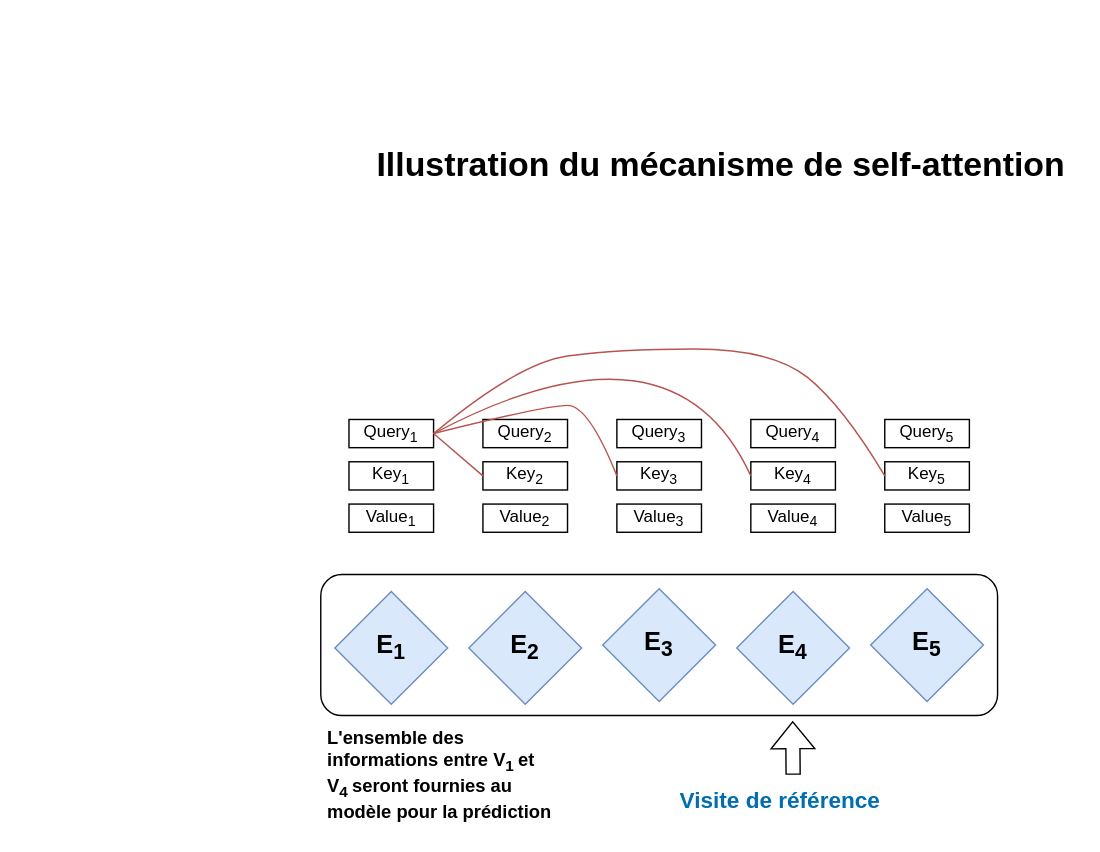
Before: Attention_mechanism.drawio in Basso42/BEHRT, a draw.io diagram. Source tidied: cells renumbered, new cells numbered last; positions are measured from the earlier drawing's top-left corner, leaving out a move shared by most shapes. Both pictures are drawn from the tidied source at 141%, with x=0, y=0 at pixel (320, 137).
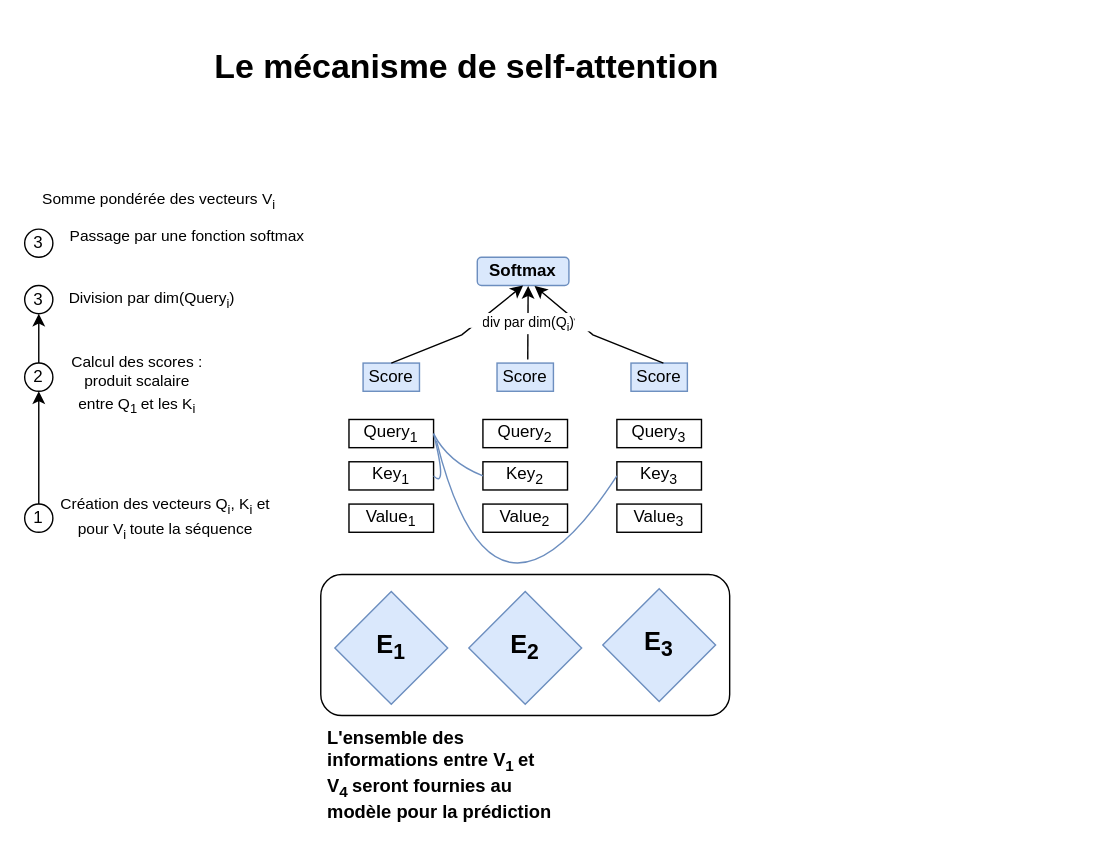
The same page after the edit.

Commit message:
Mettre à jour Attention_mechanism.drawio

Unchanged cells that the change refers to:
```xml
<mxCell id="13" value="Query&lt;sub&gt;1&lt;/sub&gt;" style="rounded=0;whiteSpace=wrap;html=1;" parent="1" vertex="1">
  <mxGeometry x="20" y="200" width="60" height="20" as="geometry" />
</mxCell>
<mxCell id="14" value="Key&lt;sub&gt;1&lt;/sub&gt;" style="rounded=0;whiteSpace=wrap;html=1;" parent="1" vertex="1">
  <mxGeometry x="20" y="230" width="60" height="20" as="geometry" />
</mxCell>
<mxCell id="23" value="Key&lt;sub&gt;3&lt;/sub&gt;" style="rounded=0;whiteSpace=wrap;html=1;" parent="1" vertex="1">
  <mxGeometry x="210" y="230" width="60" height="20" as="geometry" />
</mxCell>
<mxCell id="26" value="Key&lt;sub&gt;2&lt;/sub&gt;" style="rounded=0;whiteSpace=wrap;html=1;" parent="1" vertex="1">
  <mxGeometry x="115" y="230" width="60" height="20" as="geometry" />
</mxCell>
```

What changed in the source:
```diff
@@
     <mxCell id="2" style="rounded=1;whiteSpace=wrap;html=1;fillColor=none;strokeWidth=1;" parent="1" vertex="1">
-      <mxGeometry y="310" width="480" height="100" as="geometry" />
+      <mxGeometry y="310" width="290" height="100" as="geometry" />
     </mxCell>
-    <mxCell id="3" value="&lt;b&gt;&lt;font style=&quot;font-size: 18px;&quot;&gt;E&lt;sub&gt;5&lt;/sub&gt;&lt;/font&gt;&lt;/b&gt;" style="rhombus;whiteSpace=wrap;html=1;flipH=1;flipV=0;fillColor=#dae8fc;strokeColor=#6c8ebf;" parent="1" vertex="1">
-      <mxGeometry x="390" y="320" width="80" height="80" as="geometry" />
-    </mxCell>
@@
-    <mxCell id="7" value="&lt;b&gt;&lt;font style=&quot;font-size: 18px;&quot;&gt;E&lt;sub&gt;4&lt;/sub&gt;&lt;/font&gt;&lt;/b&gt;" style="rhombus;whiteSpace=wrap;html=1;flipH=1;flipV=0;fillColor=#dae8fc;strokeColor=#6c8ebf;" parent="1" vertex="1">
-      <mxGeometry x="295" y="322" width="80" height="80" as="geometry" />
-    </mxCell>
-    <mxCell id="8" value="&lt;h1&gt;Illustration du mécanisme de self-attention&lt;br&gt;&lt;/h1&gt;&lt;p&gt;&lt;br&gt;&lt;/p&gt;" style="text;html=1;strokeColor=none;fillColor=none;spacing=5;spacingTop=-20;whiteSpace=wrap;overflow=hidden;rounded=0;" parent="1" vertex="1">
-      <mxGeometry x="35" width="500" height="40" as="geometry" />
+    <mxCell id="8" value="&lt;h1&gt;Le mécanisme de self-attention&lt;br&gt;&lt;/h1&gt;&lt;p&gt;&lt;br&gt;&lt;/p&gt;" style="text;html=1;strokeColor=none;fillColor=none;spacing=5;spacingTop=-20;whiteSpace=wrap;overflow=hidden;rounded=0;" parent="1" vertex="1">
+      <mxGeometry x="-80" y="-70" width="500" height="40" as="geometry" />
     </mxCell>
-    <mxCell id="9" value="&lt;h1 style=&quot;font-size: 16px;&quot;&gt;&lt;font style=&quot;font-size: 16px;&quot; color=&quot;#006eaf&quot;&gt;Visite de référence&lt;/font&gt;&lt;br&gt;&lt;/h1&gt;&lt;p&gt;&lt;br&gt;&lt;/p&gt;" style="text;html=1;strokeColor=none;fillColor=none;spacing=5;spacingTop=-20;whiteSpace=wrap;overflow=hidden;rounded=0;" parent="1" vertex="1">
-      <mxGeometry x="250" y="460" width="170" height="30" as="geometry" />
-    </mxCell>
-    <mxCell id="10" style="shape=flexArrow;endArrow=classic;html=1;rounded=0;" parent="1" edge="1">
-      <mxGeometry relative="1" as="geometry">
-        <mxPoint x="335" y="452" as="sourcePoint" />
-        <mxPoint x="334.7" y="414" as="targetPoint" />
-      </mxGeometry>
-    </mxCell>
@@
-    <mxCell id="15" value="Value&lt;sub&gt;5&lt;/sub&gt;" style="rounded=0;whiteSpace=wrap;html=1;" parent="1" vertex="1">
-      <mxGeometry x="400" y="260" width="60" height="20" as="geometry" />
-    </mxCell>
-    <mxCell id="16" value="Query&lt;sub&gt;5&lt;/sub&gt;" style="rounded=0;whiteSpace=wrap;html=1;" parent="1" vertex="1">
-      <mxGeometry x="400" y="200" width="60" height="20" as="geometry" />
-    </mxCell>
-    <mxCell id="17" value="Key&lt;sub&gt;5&lt;/sub&gt;" style="rounded=0;whiteSpace=wrap;html=1;" parent="1" vertex="1">
-      <mxGeometry x="400" y="230" width="60" height="20" as="geometry" />
-    </mxCell>
-    <mxCell id="18" value="Value&lt;sub&gt;4&lt;/sub&gt;" style="rounded=0;whiteSpace=wrap;html=1;" parent="1" vertex="1">
-      <mxGeometry x="305" y="260" width="60" height="20" as="geometry" />
-    </mxCell>
-    <mxCell id="19" value="Query&lt;sub&gt;4&lt;/sub&gt;" style="rounded=0;whiteSpace=wrap;html=1;" parent="1" vertex="1">
-      <mxGeometry x="305" y="200" width="60" height="20" as="geometry" />
-    </mxCell>
-    <mxCell id="20" value="Key&lt;sub&gt;4&lt;/sub&gt;" style="rounded=0;whiteSpace=wrap;html=1;" parent="1" vertex="1">
-      <mxGeometry x="305" y="230" width="60" height="20" as="geometry" />
-    </mxCell>
@@
-    <mxCell id="27" style="endArrow=none;html=1;rounded=0;strokeColor=#b85450;entryX=0;entryY=0.5;entryDx=0;entryDy=0;fillColor=#f8cecc;" parent="1" edge="1" target="26">
+    <mxCell id="27" style="endArrow=none;html=1;strokeColor=#6c8ebf;entryX=0;entryY=0.5;entryDx=0;entryDy=0;fillColor=#dae8fc;curved=1;" parent="1" edge="1" target="26">
       <mxGeometry relative="1" as="geometry">
         <mxPoint x="80" y="210" as="sourcePoint" />
+        <Array as="points">
+          <mxPoint x="90" y="230" />
+        </Array>
       </mxGeometry>
     </mxCell>
-    <mxCell id="28" style="endArrow=none;html=1;strokeColor=#b85450;fillColor=#f8cecc;curved=1;entryX=0;entryY=0.5;entryDx=0;entryDy=0;" parent="1" edge="1" target="20">
-      <mxGeometry relative="1" as="geometry">
-        <mxPoint x="80" y="210" as="sourcePoint" />
-        <Array as="points">
-          <mxPoint x="250" y="120" />
-        </Array>
-      </mxGeometry>
-    </mxCell>
-    <mxCell id="29" style="endArrow=none;html=1;strokeColor=#b85450;exitX=1;exitY=0.5;exitDx=0;exitDy=0;fillColor=#f8cecc;entryX=0;entryY=0.5;entryDx=0;entryDy=0;curved=1;" parent="1" edge="1" source="13" target="23">
-      <mxGeometry relative="1" as="geometry">
-        <Array as="points">
-          <mxPoint x="160" y="190" />
-          <mxPoint x="190" y="190" />
-        </Array>
-      </mxGeometry>
-    </mxCell>
-    <mxCell id="30" style="endArrow=none;html=1;strokeColor=#b85450;fillColor=#f8cecc;curved=1;exitX=0;exitY=0.5;exitDx=0;exitDy=0;" parent="1" edge="1" source="17">
-      <mxGeometry relative="1" as="geometry">
-        <mxPoint x="80" y="210" as="targetPoint" />
-        <Array as="points">
-          <mxPoint x="370" y="190" />
-          <mxPoint x="320" y="150" />
-          <mxPoint x="210" y="150" />
-          <mxPoint x="140" y="160" />
-        </Array>
-      </mxGeometry>
-    </mxCell>
+    <mxCell id="31" style="endArrow=none;html=1;curved=1;fillColor=#dae8fc;strokeColor=#6c8ebf;" parent="1" edge="1">
+      <mxGeometry relative="1" as="geometry">
+        <mxPoint x="82" y="215" as="sourcePoint" />
+        <mxPoint x="210" y="240" as="targetPoint" />
+        <Array as="points">
+          <mxPoint x="122" y="375" />
+        </Array>
+      </mxGeometry>
+    </mxCell>
+    <mxCell id="32" style="endArrow=none;html=1;strokeColor=#6c8ebf;entryX=1;entryY=0.5;entryDx=0;entryDy=0;fillColor=#dae8fc;curved=1;" parent="1" edge="1" target="14">
+      <mxGeometry relative="1" as="geometry">
+        <mxPoint x="80" y="210" as="sourcePoint" />
+        <Array as="points">
+          <mxPoint x="90" y="250" />
+        </Array>
+      </mxGeometry>
+    </mxCell>
+    <mxCell id="33" value="Score" style="rounded=0;whiteSpace=wrap;html=1;fillColor=#dae8fc;strokeColor=#6c8ebf;" parent="1" vertex="1">
+      <mxGeometry x="30" y="160" width="40" height="20" as="geometry" />
+    </mxCell>
+    <mxCell id="34" value="Score" style="rounded=0;whiteSpace=wrap;html=1;fillColor=#dae8fc;strokeColor=#6c8ebf;" parent="1" vertex="1">
+      <mxGeometry x="125" y="160" width="40" height="20" as="geometry" />
+    </mxCell>
+    <mxCell id="35" value="Score" style="rounded=0;whiteSpace=wrap;html=1;fillColor=#dae8fc;strokeColor=#6c8ebf;" parent="1" vertex="1">
+      <mxGeometry x="220" y="160" width="40" height="20" as="geometry" />
+    </mxCell>
+    <mxCell id="36" style="edgeStyle=orthogonalEdgeStyle;rounded=0;jettySize=auto;html=1;entryX=0.5;entryY=1;entryDx=0;entryDy=0;" parent="1" edge="1" source="37" target="38">
+      <mxGeometry relative="1" as="geometry" />
+    </mxCell>
+    <mxCell id="37" value="1" style="ellipse;whiteSpace=wrap;html=1;fillColor=default;" parent="1" vertex="1">
+      <mxGeometry x="-210" y="260" width="20" height="20" as="geometry" />
+    </mxCell>
+    <mxCell id="38" value="2" style="ellipse;whiteSpace=wrap;html=1;fillColor=default;" parent="1" vertex="1">
+      <mxGeometry x="-210" y="160" width="20" height="20" as="geometry" />
+    </mxCell>
+    <mxCell id="39" value="&lt;span style=&quot;font-size: 11px;&quot;&gt;Création des vecteurs Q&lt;sub&gt;i&lt;/sub&gt;, K&lt;sub&gt;i&lt;/sub&gt; et pour V&lt;sub&gt;i &lt;/sub&gt;toute la séquence&lt;/span&gt;" style="text;html=1;strokeColor=none;fillColor=none;align=center;verticalAlign=middle;whiteSpace=wrap;rounded=0;" parent="1" vertex="1">
+      <mxGeometry x="-190" y="255" width="160" height="30" as="geometry" />
+    </mxCell>
+    <mxCell id="40" value="&lt;font style=&quot;font-size: 11px;&quot;&gt;Calcul des scores : produit scalaire entre Q&lt;sub&gt;1&lt;/sub&gt;&lt;sup&gt; &lt;/sup&gt;et les K&lt;sub&gt;i&lt;br&gt;&lt;/sub&gt;&lt;/font&gt;" style="text;html=1;strokeColor=none;fillColor=none;align=center;verticalAlign=middle;whiteSpace=wrap;rounded=0;" parent="1" vertex="1">
+      <mxGeometry x="-180" y="160" width="100" height="30" as="geometry" />
+    </mxCell>
+    <mxCell id="41" style="endArrow=none;html=1;rounded=0;fillColor=#dae8fc;strokeColor=#6c8ebf;" parent="1" edge="1">
+      <mxGeometry relative="1" as="geometry">
+        <mxPoint x="350" y="220" as="sourcePoint" />
+        <mxPoint x="350" y="220" as="targetPoint" />
+      </mxGeometry>
+    </mxCell>
+    <mxCell id="42" value="&lt;font style=&quot;font-size: 11px;&quot;&gt;Division par dim(Query&lt;sub&gt;i&lt;/sub&gt;)&lt;/font&gt;" style="text;html=1;align=center;verticalAlign=middle;strokeColor=none;fillColor=none;" parent="1" vertex="1">
+      <mxGeometry x="-190" y="100" width="140" height="30" as="geometry" />
+    </mxCell>
+    <mxCell id="43" value="&lt;font style=&quot;font-size: 11px;&quot;&gt;Passage par une fonction softmax&lt;/font&gt;" style="text;html=1;align=center;verticalAlign=middle;strokeColor=none;fillColor=none;" parent="1" vertex="1">
+      <mxGeometry x="-190" y="55" width="190" height="30" as="geometry" />
+    </mxCell>
+    <mxCell id="44" value="&lt;font style=&quot;font-size: 11px;&quot;&gt;Somme pondérée des vecteurs V&lt;sub&gt;i&lt;/sub&gt;&lt;/font&gt; " style="text;html=1;align=center;verticalAlign=middle;strokeColor=none;fillColor=none;" parent="1" vertex="1">
+      <mxGeometry x="-210" y="30" width="190" height="30" as="geometry" />
+    </mxCell>
+    <mxCell id="45" value="3" style="ellipse;whiteSpace=wrap;html=1;fillColor=default;" parent="1" vertex="1">
+      <mxGeometry x="-210" y="105" width="20" height="20" as="geometry" />
+    </mxCell>
+    <mxCell id="46" style="edgeStyle=orthogonalEdgeStyle;rounded=0;jettySize=auto;html=1;exitX=0.5;exitY=0;exitDx=0;exitDy=0;entryX=0.5;entryY=1;entryDx=0;entryDy=0;" parent="1" edge="1" source="38" target="45">
+      <mxGeometry relative="1" as="geometry" />
+    </mxCell>
+    <mxCell id="47" value="3" style="ellipse;whiteSpace=wrap;html=1;fillColor=default;" parent="1" vertex="1">
+      <mxGeometry x="-210" y="65" width="20" height="20" as="geometry" />
+    </mxCell>
+    <mxCell id="48" value="&lt;b&gt;Softmax&lt;/b&gt;" style="rounded=1;whiteSpace=wrap;html=1;fillColor=#dae8fc;strokeColor=#6c8ebf;" parent="1" vertex="1">
+      <mxGeometry x="111" y="85" width="65" height="20" as="geometry" />
+    </mxCell>
+    <mxCell id="49" style="endArrow=classic;html=1;rounded=0;entryX=0.5;entryY=1;entryDx=0;entryDy=0;exitX=0.5;exitY=0;exitDx=0;exitDy=0;" parent="1" edge="1" source="33" target="48">
+      <mxGeometry relative="1" as="geometry">
+        <Array as="points">
+          <mxPoint x="100" y="140" />
+        </Array>
+      </mxGeometry>
+    </mxCell>
+    <mxCell id="50" style="endArrow=classic;html=1;rounded=0;exitX=0.5;exitY=0;exitDx=0;exitDy=0;entryX=0.625;entryY=1.018;entryDx=0;entryDy=0;entryPerimeter=0;" parent="1" edge="1" target="48">
+      <mxGeometry relative="1" as="geometry">
+        <mxPoint x="243" y="160" as="sourcePoint" />
+        <Array as="points">
+          <mxPoint x="193" y="140" />
+        </Array>
+      </mxGeometry>
+    </mxCell>
+    <mxCell id="51" style="endArrow=classic;html=1;rounded=0;exitX=0.545;exitY=-0.126;exitDx=0;exitDy=0;exitPerimeter=0;entryX=0.555;entryY=1.018;entryDx=0;entryDy=0;entryPerimeter=0;" parent="1" edge="1" source="34" target="48">
+      <mxGeometry relative="1" as="geometry" />
+    </mxCell>
+    <mxCell id="52" value="&lt;font style=&quot;font-size: 10px;&quot;&gt;div par dim(Q&lt;sub&gt;i&lt;/sub&gt;)&lt;/font&gt;" style="edgeLabel;html=1;align=center;verticalAlign=middle;" parent="51" vertex="1">
+      <mxGeometry relative="1" as="geometry" />
+    </mxCell>
+    <mxCell id="53" style="rounded=0;whiteSpace=wrap;html=1;strokeColor=none;" parent="1" vertex="1">
+      <mxGeometry x="100" y="125" width="15" height="10" as="geometry" />
+    </mxCell>
+    <mxCell id="54" style="rounded=0;whiteSpace=wrap;html=1;strokeColor=none;direction=south;" parent="1" vertex="1">
+      <mxGeometry x="180" y="122.5" width="15" height="15" as="geometry" />
+    </mxCell>
```
